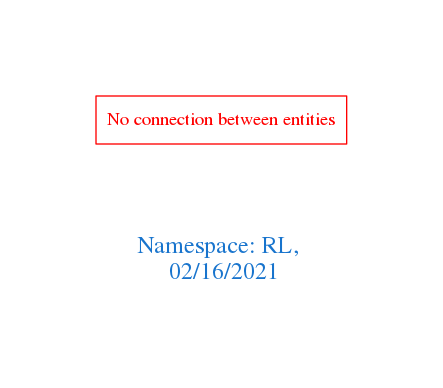
The Graphviz diagram downloads/RL.png in arago/OGIT, before a commit. Its source is kept beside it as downloads/RL.dot.
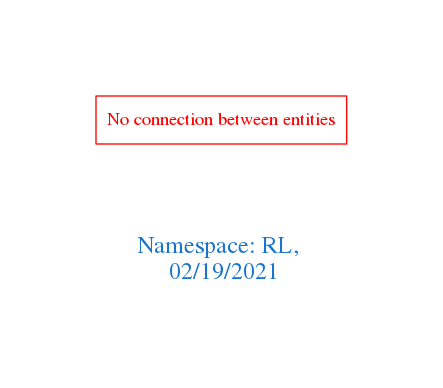
The same file after the commit.

Diff of the diagram source:
```diff
@@ -1,7 +1,7 @@
 digraph OGIT_ontology {
  graph [ rankdir= LR,pad=1
 fontsize = 18,
-fontcolor= dodgerblue3,label = "\n\n\nNamespace: RL, \n 02/16/2021"];
+fontcolor= dodgerblue3,label = "\n\n\nNamespace: RL, \n 02/19/2021"];
 node[shape=polygon];
 edge [  color="gray81"];
 
```
